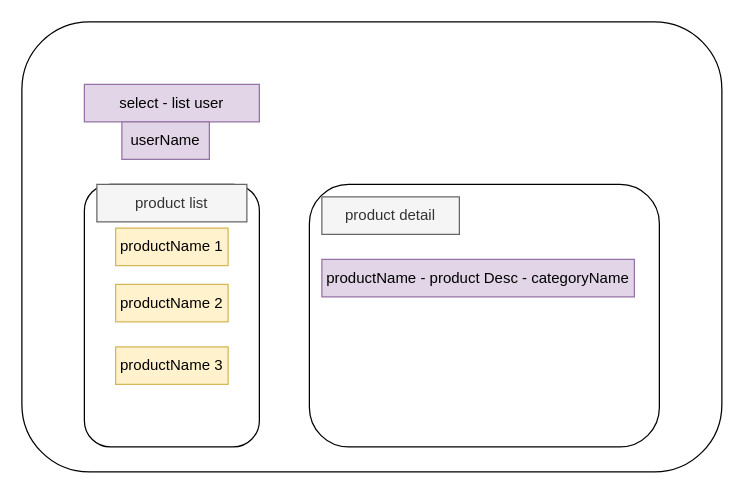
blackcatcoder/rxjs keeps this draw.io diagram as sample.drawio. Above is the earlier version. Source tidied: cells renumbered, new cells numbered last; positions are measured from the earlier drawing's top-left corner, leaving out a move shared by most shapes. Both pictures are drawn from the tidied source at 125%, with x=0, y=0 at pixel (21, 21).
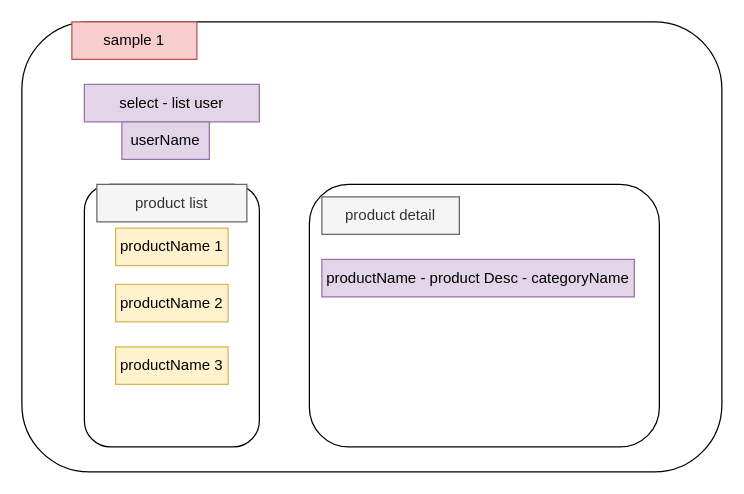
The same page after the edit.

What changed in the source:
```diff
@@
 <mxGraphModel>
   <root>
     <mxCell id="0" />
     <mxCell id="1" parent="0" />
     <mxCell id="2" style="rounded=1;whiteSpace=wrap;html=1;" parent="1" vertex="1">
       <mxGeometry width="560" height="360" as="geometry" />
     </mxCell>
     <mxCell id="3" style="rounded=1;whiteSpace=wrap;html=1;" parent="1" vertex="1">
       <mxGeometry x="50" y="130" width="140" height="210" as="geometry" />
     </mxCell>
     <mxCell id="4" style="rounded=1;whiteSpace=wrap;html=1;" parent="1" vertex="1">
       <mxGeometry x="230" y="130" width="280" height="210" as="geometry" />
     </mxCell>
     <mxCell id="5" value="productName 1" style="text;html=1;strokeColor=#d6b656;fillColor=#fff2cc;align=center;verticalAlign=middle;whiteSpace=wrap;rounded=0;" parent="1" vertex="1">
       <mxGeometry x="75" y="165" width="90" height="30" as="geometry" />
     </mxCell>
     <mxCell id="6" value="product list" style="text;html=1;strokeColor=#666666;fillColor=#f5f5f5;align=center;verticalAlign=middle;whiteSpace=wrap;rounded=0;fontColor=#333333;" parent="1" vertex="1">
       <mxGeometry x="60" y="130" width="120" height="30" as="geometry" />
     </mxCell>
     <mxCell id="7" value="product detail" style="text;html=1;strokeColor=#666666;fillColor=#f5f5f5;align=center;verticalAlign=middle;whiteSpace=wrap;rounded=0;fontColor=#333333;" parent="1" vertex="1">
       <mxGeometry x="240" y="140" width="110" height="30" as="geometry" />
     </mxCell>
     <mxCell id="8" value="productName - product Desc - categoryName" style="text;html=1;strokeColor=#9673a6;fillColor=#e1d5e7;align=center;verticalAlign=middle;whiteSpace=wrap;rounded=0;" parent="1" vertex="1">
       <mxGeometry x="240" y="190" width="250" height="30" as="geometry" />
     </mxCell>
     <mxCell id="9" value="select - list user" style="text;html=1;strokeColor=#9673a6;fillColor=#e1d5e7;align=center;verticalAlign=middle;whiteSpace=wrap;rounded=0;" parent="1" vertex="1">
       <mxGeometry x="50" y="50" width="140" height="30" as="geometry" />
     </mxCell>
     <mxCell id="10" value="productName 2" style="text;html=1;strokeColor=#d6b656;fillColor=#fff2cc;align=center;verticalAlign=middle;whiteSpace=wrap;rounded=0;" parent="1" vertex="1">
       <mxGeometry x="75" y="210" width="90" height="30" as="geometry" />
     </mxCell>
     <mxCell id="11" value="productName 3" style="text;html=1;strokeColor=#d6b656;fillColor=#fff2cc;align=center;verticalAlign=middle;whiteSpace=wrap;rounded=0;" parent="1" vertex="1">
       <mxGeometry x="75" y="260" width="90" height="30" as="geometry" />
     </mxCell>
     <mxCell id="12" value="userName" style="text;html=1;strokeColor=#9673a6;fillColor=#e1d5e7;align=center;verticalAlign=middle;whiteSpace=wrap;rounded=0;" parent="1" vertex="1">
       <mxGeometry x="80" y="80" width="70" height="30" as="geometry" />
     </mxCell>
+    <mxCell id="13" value="sample 1" style="text;html=1;strokeColor=#b85450;fillColor=#f8cecc;align=center;verticalAlign=middle;whiteSpace=wrap;rounded=0;" parent="1" vertex="1">
+      <mxGeometry x="40" width="100" height="30" as="geometry" />
+    </mxCell>
   </root>
 </mxGraphModel>
```
